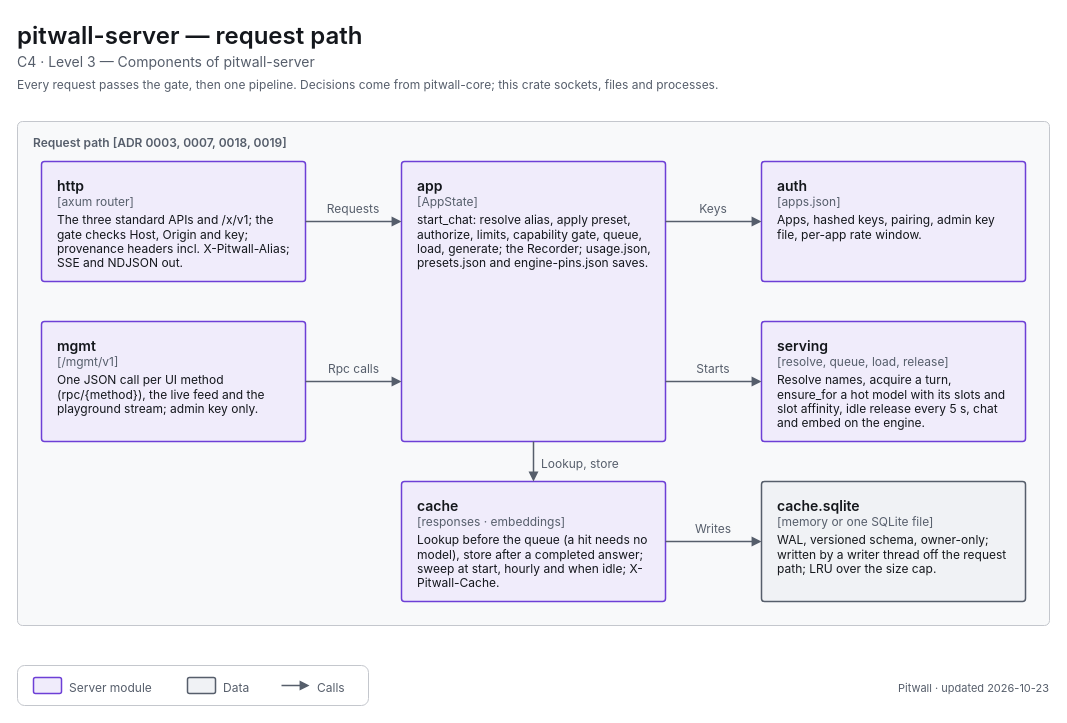
Before: apps/pitwall/docs/diagrams/c4-3-server-requests.drawio in decryp7/paddock, a draw.io diagram. Source tidied: cells renumbered, new cells numbered last; positions are measured from the earlier drawing's top-left corner, leaving out a move shared by most shapes. Both pictures are drawn from the tidied source at 100%, with x=0, y=0 at pixel (17, 17).
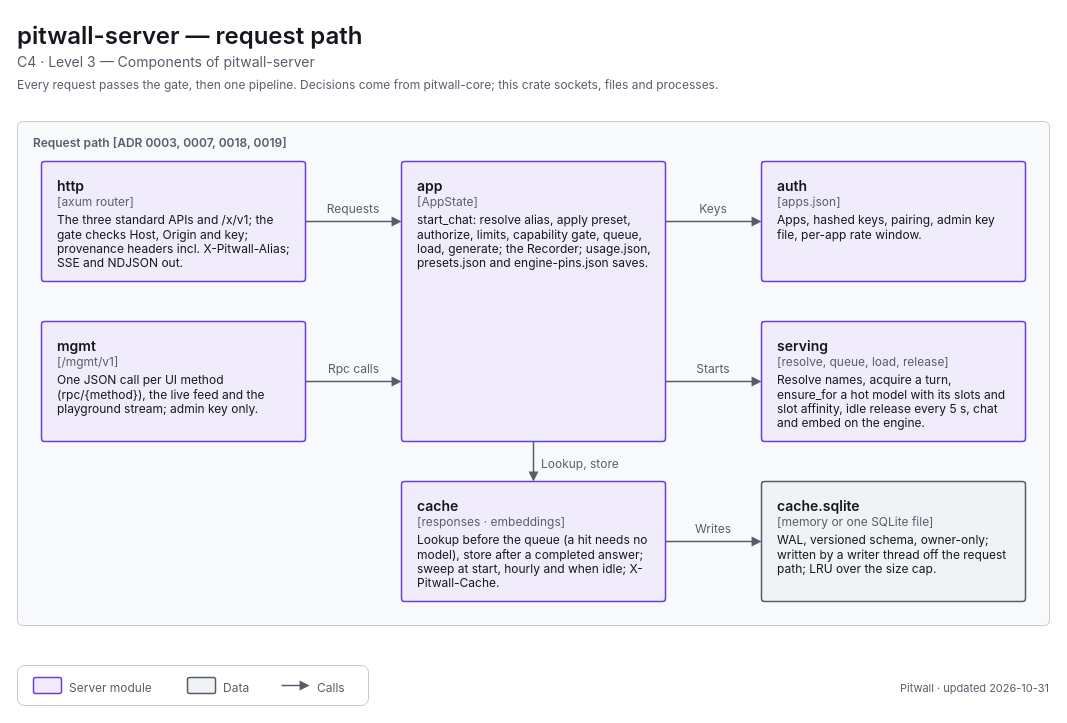
The same page after the edit.

Change to the diagram source:
```diff
@@
-    <mxCell id="32" value="&lt;span style=&quot;font-size:11px;font-weight:400&quot;&gt;Pitwall · updated 2026-10-23&lt;/span&gt;" style="html=1;whiteSpace=wrap;fontFamily=-apple-system,BlinkMacSystemFont,Segoe UI,system-ui,sans-serif;fontSize=12;fontColor=light-dark(#14171C,#ECEEF1);text;strokeColor=none;fillColor=none;align=right;verticalAlign=top;spacing=0;fontColor=light-dark(#565E6B,#A0A7B2);" parent="1" vertex="1">
+    <mxCell id="32" value="&lt;span style=&quot;font-size:11px;font-weight:400&quot;&gt;Pitwall · updated 2026-10-31&lt;/span&gt;" style="html=1;whiteSpace=wrap;fontFamily=-apple-system,BlinkMacSystemFont,Segoe UI,system-ui,sans-serif;fontSize=12;fontColor=light-dark(#14171C,#ECEEF1);text;strokeColor=none;fillColor=none;align=right;verticalAlign=top;spacing=0;fontColor=light-dark(#565E6B,#A0A7B2);" parent="1" vertex="1">
       <mxGeometry x="672" y="659" width="360" height="18" as="geometry" />
     </mxCell>
```
